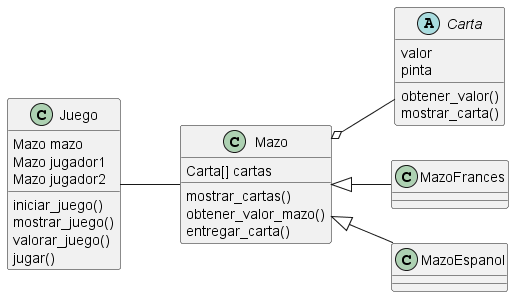
The PlantUML diagram out/diagramas/clases/clases.png in judlozanol/practica_git_uml, before a commit.
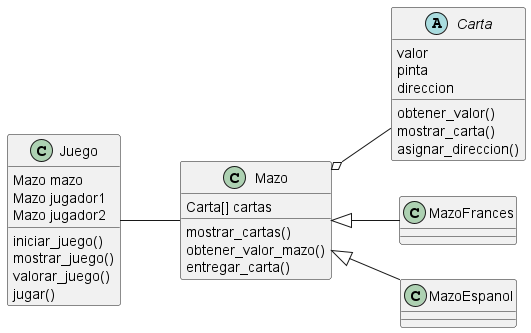
After the commit.

Commit message:
corrección clases

Diff of the diagram source:
```diff
@@ -17,8 +17,10 @@
 
 Carta : valor
 Carta : pinta
+Carta : direccion
 Carta : obtener_valor()
 Carta : mostrar_carta()
+Carta : asignar_direccion()
 
 Mazo : Carta[] cartas
 Mazo : mostrar_cartas()
```
